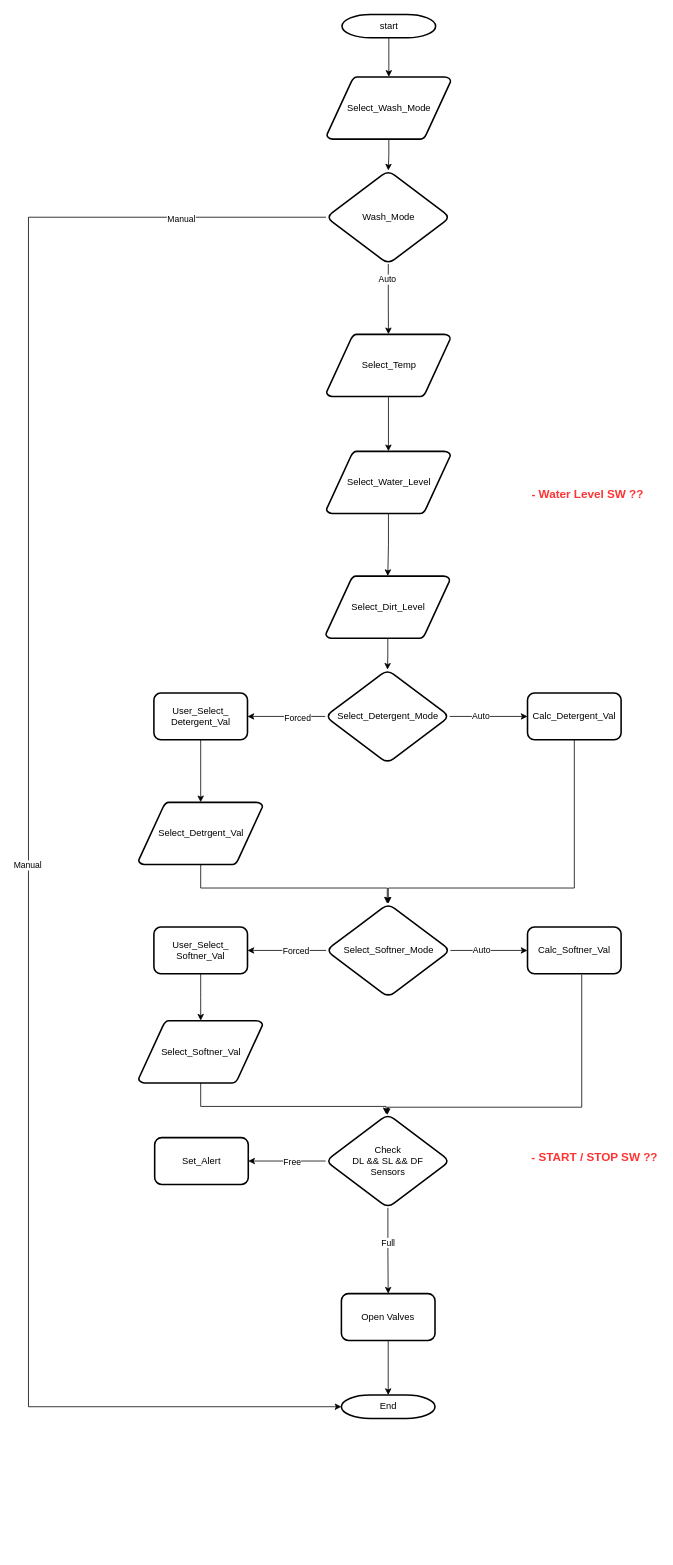
The draw.io diagram page "Flow_Chart" (1 of 4) of WM_Auto_detergent.drawio in Ahmed-lniwehy/WM_Auto_Detergent, before the edit. Source tidied: cells renumbered, new cells numbered last; positions are measured from the earlier drawing's top-left corner, leaving out a move shared by most shapes. Both pictures are drawn from the tidied source at 78%, with x=0, y=0 at pixel (28, 14).
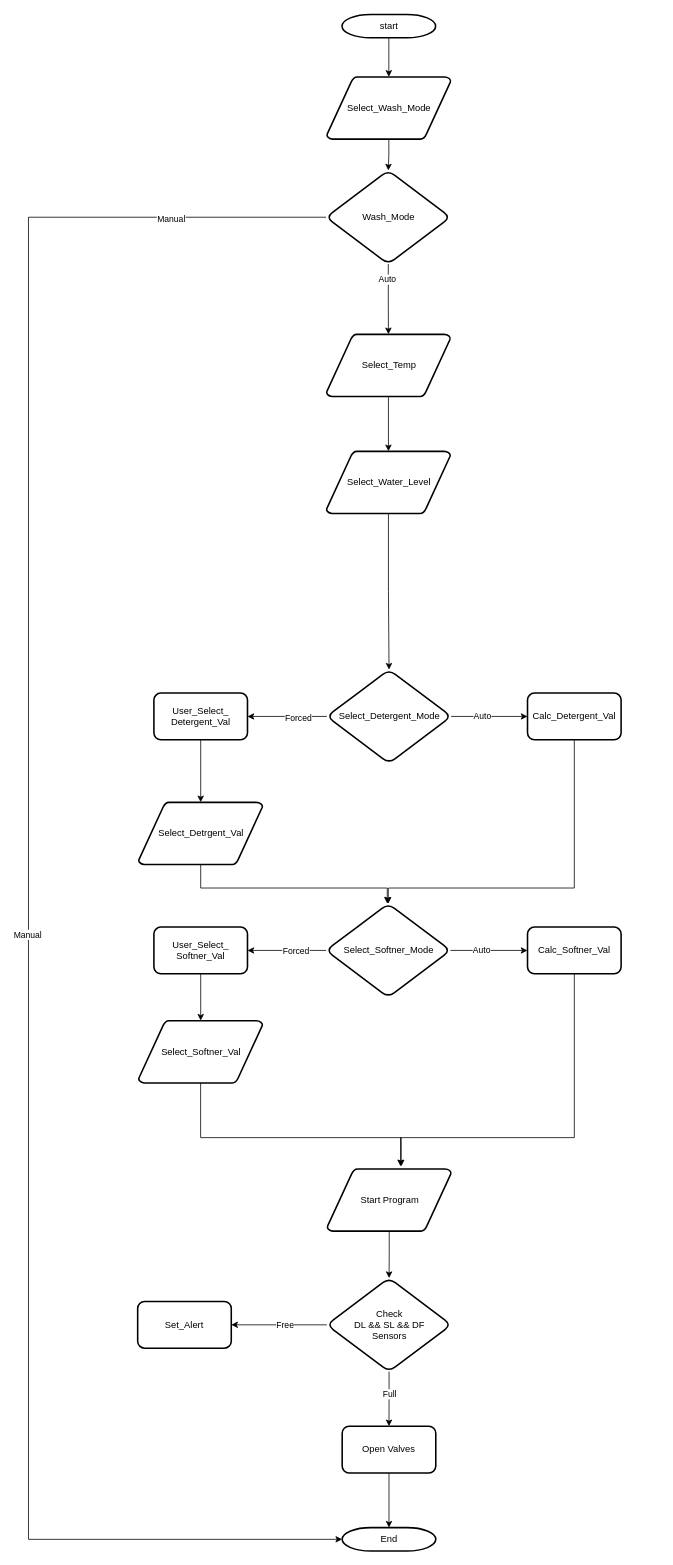
The same page after the edit.

The change refers to these unchanged cells:
```xml
<mxCell id="9" value="Select_Water_Level" style="shape=mxgraph.flowchart.data;strokeWidth=2;gradientColor=none;gradientDirection=north;fontStyle=0;html=1;" parent="1" vertex="1">
  <mxGeometry x="382" y="560" width="159" height="80" as="geometry" />
</mxCell>
<mxCell id="33" value="Calc_Softner_Val" style="whiteSpace=wrap;html=1;strokeWidth=2;gradientColor=none;gradientDirection=north;fontStyle=0;rounded=1;" parent="1" vertex="1">
  <mxGeometry x="639.8" y="1170" width="120" height="60" as="geometry" />
</mxCell>
<mxCell id="37" value="Select_Softner_Val" style="shape=mxgraph.flowchart.data;strokeWidth=2;gradientColor=none;gradientDirection=north;fontStyle=0;html=1;" parent="1" vertex="1">
  <mxGeometry x="141.2" y="1290" width="159" height="80" as="geometry" />
</mxCell>
<mxCell id="46" value="Wash_Mode" style="rhombus;whiteSpace=wrap;html=1;strokeWidth=2;gradientColor=none;gradientDirection=north;fontStyle=0;rounded=1;" parent="1" vertex="1">
  <mxGeometry x="381.5" y="200" width="159.5" height="120" as="geometry" />
</mxCell>
```

What changed in the source:
```diff
@@
-    <mxCell id="4" style="edgeStyle=orthogonalEdgeStyle;rounded=0;jettySize=auto;html=1;" parent="1" edge="1" source="5" target="14">
-      <mxGeometry relative="1" as="geometry" />
-    </mxCell>
-    <mxCell id="5" value="Select_Dirt_Level" style="shape=mxgraph.flowchart.data;strokeWidth=2;gradientColor=none;gradientDirection=north;fontStyle=0;html=1;" parent="1" vertex="1">
-      <mxGeometry x="381.2" y="720" width="159" height="80" as="geometry" />
-    </mxCell>
@@
-    <mxCell id="8" style="edgeStyle=orthogonalEdgeStyle;rounded=0;jettySize=auto;html=1;" parent="1" edge="1" source="9" target="5">
+    <mxCell id="8" style="edgeStyle=orthogonalEdgeStyle;rounded=0;jettySize=auto;html=1;entryX=0.5;entryY=0;entryDx=0;entryDy=0;" parent="1" edge="1" source="9" target="14">
       <mxGeometry relative="1" as="geometry" />
     </mxCell>
@@
     <mxCell id="14" value="Select_Detergent_Mode" style="rhombus;whiteSpace=wrap;html=1;strokeWidth=2;gradientColor=none;gradientDirection=north;fontStyle=0;rounded=1;" parent="1" vertex="1">
-      <mxGeometry x="380.5" y="840" width="159.5" height="120" as="geometry" />
+      <mxGeometry x="382.5" y="840" width="159.5" height="120" as="geometry" />
     </mxCell>
@@
     <mxCell id="25" value="Check&lt;br&gt;DL &amp;amp;&amp;amp; SL &amp;amp;&amp;amp; DF&lt;br&gt;Sensors" style="rhombus;whiteSpace=wrap;html=1;strokeWidth=2;gradientColor=none;gradientDirection=north;fontStyle=0;rounded=1;" parent="1" vertex="1">
-      <mxGeometry x="381" y="1410" width="159.5" height="120" as="geometry" />
+      <mxGeometry x="382.5" y="1620" width="159.5" height="120" as="geometry" />
     </mxCell>
     <mxCell id="26" value="Set_Alert" style="whiteSpace=wrap;html=1;strokeWidth=2;gradientColor=none;gradientDirection=north;fontStyle=0;rounded=1;" parent="1" vertex="1">
-      <mxGeometry x="161.8" y="1440" width="120" height="60" as="geometry" />
+      <mxGeometry x="140" y="1650" width="120" height="60" as="geometry" />
     </mxCell>
@@
     <mxCell id="28" value="Open Valves" style="whiteSpace=wrap;html=1;strokeWidth=2;gradientColor=none;gradientDirection=north;fontStyle=0;rounded=1;" parent="1" vertex="1">
-      <mxGeometry x="401.2" y="1640" width="120" height="60" as="geometry" />
+      <mxGeometry x="402.2" y="1810" width="120" height="60" as="geometry" />
     </mxCell>
     <mxCell id="29" value="End" style="shape=mxgraph.flowchart.terminator;strokeWidth=2;gradientColor=none;gradientDirection=north;fontStyle=0;html=1;" parent="1" vertex="1">
-      <mxGeometry x="401.2" y="1770" width="120" height="30" as="geometry" />
+      <mxGeometry x="402.2" y="1940" width="120" height="30" as="geometry" />
     </mxCell>
@@
-    <mxCell id="32" style="edgeStyle=orthogonalEdgeStyle;rounded=0;orthogonalLoop=1;jettySize=auto;html=1;entryX=0.5;entryY=0;entryDx=0;entryDy=0;" parent="1" edge="1">
-      <mxGeometry relative="1" as="geometry">
-        <mxPoint x="709.3" y="1231" as="sourcePoint" />
-        <mxPoint x="460" y="1411" as="targetPoint" />
-        <Array as="points">
-          <mxPoint x="709.3" y="1401" />
-          <mxPoint x="460.3" y="1401" />
-        </Array>
-      </mxGeometry>
-    </mxCell>
+    <mxCell id="51" style="edgeStyle=orthogonalEdgeStyle;rounded=0;jettySize=auto;html=1;entryX=0.591;entryY=-0.041;entryDx=0;entryDy=0;entryPerimeter=0;" parent="1" edge="1" source="33" target="54">
+      <mxGeometry relative="1" as="geometry">
+        <Array as="points">
+          <mxPoint x="700" y="1440" />
+          <mxPoint x="477" y="1440" />
+        </Array>
+      </mxGeometry>
+    </mxCell>
@@
-    <mxCell id="36" style="edgeStyle=orthogonalEdgeStyle;rounded=0;orthogonalLoop=1;jettySize=auto;html=1;entryX=0.486;entryY=0.054;entryDx=0;entryDy=0;entryPerimeter=0;" parent="1" edge="1">
-      <mxGeometry relative="1" as="geometry">
-        <mxPoint x="220.8" y="1363.5" as="sourcePoint" />
-        <mxPoint x="458.5" y="1410" as="targetPoint" />
-        <Array as="points">
-          <mxPoint x="221" y="1400" />
-          <mxPoint x="459" y="1400" />
-        </Array>
-      </mxGeometry>
-    </mxCell>
+    <mxCell id="52" style="edgeStyle=orthogonalEdgeStyle;rounded=0;jettySize=auto;html=1;entryX=0.597;entryY=-0.039;entryDx=0;entryDy=0;entryPerimeter=0;" parent="1" edge="1" source="37" target="54">
+      <mxGeometry relative="1" as="geometry">
+        <Array as="points">
+          <mxPoint x="221" y="1440" />
+          <mxPoint x="478" y="1440" />
+        </Array>
+      </mxGeometry>
+    </mxCell>
@@
     <mxCell id="41" style="edgeStyle=orthogonalEdgeStyle;rounded=0;jettySize=auto;html=1;entryX=0;entryY=0.5;entryDx=0;entryDy=0;entryPerimeter=0;" parent="1" edge="1" source="46" target="29">
       <mxGeometry relative="1" as="geometry">
         <Array as="points">
           <mxPoint y="260" />
-          <mxPoint y="1785" />
+          <mxPoint y="1955" />
         </Array>
       </mxGeometry>
     </mxCell>
@@
-    <mxCell id="49" value="&lt;b&gt;&lt;font style=&quot;font-size: 15px;&quot; color=&quot;#ff3333&quot;&gt;&amp;nbsp;- START / STOP SW ??&lt;/font&gt;&lt;/b&gt;" style="text;html=1;strokeColor=none;fillColor=none;align=center;verticalAlign=middle;whiteSpace=wrap;rounded=0;" parent="1" vertex="1">
-      <mxGeometry x="639" y="1450" width="170.2" height="30" as="geometry" />
-    </mxCell>
-    <mxCell id="50" value="&lt;b&gt;&lt;font style=&quot;font-size: 15px;&quot; color=&quot;#ff3333&quot;&gt;&amp;nbsp;- Water Level SW ??&lt;/font&gt;&lt;/b&gt;" style="text;html=1;strokeColor=none;fillColor=none;align=center;verticalAlign=middle;whiteSpace=wrap;rounded=0;" parent="1" vertex="1">
-      <mxGeometry x="630" y="600" width="170.2" height="30" as="geometry" />
-    </mxCell>
+    <mxCell id="53" style="edgeStyle=orthogonalEdgeStyle;rounded=0;jettySize=auto;html=1;" parent="1" edge="1" source="54" target="25">
+      <mxGeometry relative="1" as="geometry" />
+    </mxCell>
+    <mxCell id="54" value="Start Program" style="shape=mxgraph.flowchart.data;strokeWidth=2;gradientColor=none;gradientDirection=north;fontStyle=0;html=1;" parent="1" vertex="1">
+      <mxGeometry x="383" y="1480" width="159" height="80" as="geometry" />
+    </mxCell>
```
